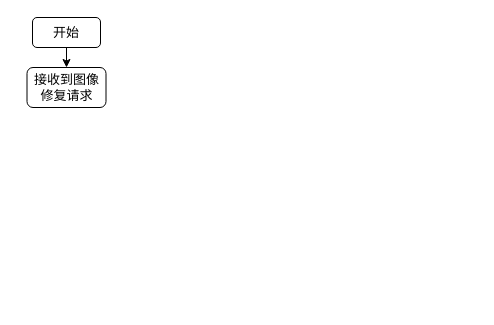
This is Java端流程.drawio from LiSoulSpace/GitBook, a draw.io file, before an edit. Source tidied: cells renumbered, new cells numbered last; positions are measured from the earlier drawing's top-left corner, leaving out a move shared by most shapes. Both pictures are drawn from the tidied source at 100%, with x=0, y=0 at pixel (26, 17).
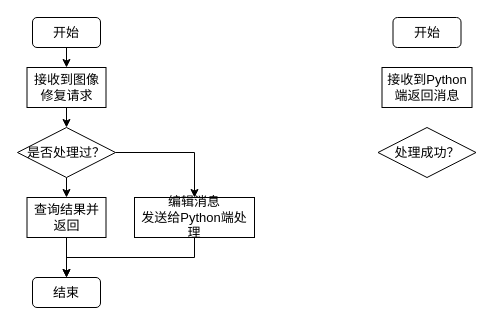
The same page after the edit.

Commit message (it also covers changes not shown here):
更新Java端流程.drawio

The edit, as a diff of the source:
```diff
@@
 <mxGraphModel>
   <root>
     <mxCell id="0" />
     <mxCell id="1" parent="0" />
     <mxCell id="2" style="edgeStyle=orthogonalEdgeStyle;rounded=0;jettySize=auto;html=1;exitX=0.5;exitY=1;exitDx=0;exitDy=0;entryX=0.5;entryY=0;entryDx=0;entryDy=0;" parent="1" edge="1" source="3" target="4">
       <mxGeometry relative="1" as="geometry" />
     </mxCell>
     <mxCell id="3" value="开始" style="rounded=1;whiteSpace=wrap;html=1;fontSize=13;fontFamily=宋体;" parent="1" vertex="1">
       <mxGeometry x="6" width="68" height="30" as="geometry" />
     </mxCell>
+    <mxCell id="5" style="edgeStyle=orthogonalEdgeStyle;rounded=0;jettySize=auto;html=1;exitX=0.5;exitY=1;exitDx=0;exitDy=0;entryX=0.5;entryY=0;entryDx=0;entryDy=0;" parent="1" edge="1" source="4" target="8">
+      <mxGeometry relative="1" as="geometry" />
+    </mxCell>
-    <mxCell id="4" value="接收到图像修复请求" style="rounded=1;whiteSpace=wrap;html=1;fontSize=13;fontFamily=宋体;" parent="1" vertex="1">
+    <mxCell id="4" value="接收到图像修复请求" style="rounded=0;whiteSpace=wrap;html=1;fontSize=13;fontFamily=宋体;" parent="1" vertex="1">
       <mxGeometry x="0.5" y="50" width="79" height="40" as="geometry" />
     </mxCell>
+    <mxCell id="6" style="edgeStyle=orthogonalEdgeStyle;rounded=0;jettySize=auto;html=1;exitX=0.5;exitY=1;exitDx=0;exitDy=0;entryX=0.5;entryY=0;entryDx=0;entryDy=0;" parent="1" edge="1" source="8" target="10">
+      <mxGeometry relative="1" as="geometry" />
+    </mxCell>
+    <mxCell id="7" style="edgeStyle=orthogonalEdgeStyle;rounded=0;jettySize=auto;html=1;exitX=1;exitY=0.5;exitDx=0;exitDy=0;entryX=0.5;entryY=0;entryDx=0;entryDy=0;" parent="1" edge="1" source="8" target="13">
+      <mxGeometry relative="1" as="geometry" />
+    </mxCell>
+    <mxCell id="8" value="是否处理过？" style="rhombus;whiteSpace=wrap;html=1;fontSize=13;fontFamily=宋体;" parent="1" vertex="1">
+      <mxGeometry x="-9" y="110" width="98" height="50" as="geometry" />
+    </mxCell>
+    <mxCell id="9" style="edgeStyle=orthogonalEdgeStyle;rounded=0;jettySize=auto;html=1;exitX=0.5;exitY=1;exitDx=0;exitDy=0;entryX=0.5;entryY=0;entryDx=0;entryDy=0;" parent="1" edge="1" source="10" target="11">
+      <mxGeometry relative="1" as="geometry" />
+    </mxCell>
+    <mxCell id="10" value="查询结果并返回" style="rounded=0;whiteSpace=wrap;html=1;fontSize=13;fontFamily=宋体;" parent="1" vertex="1">
+      <mxGeometry x="0.5" y="180" width="79" height="40" as="geometry" />
+    </mxCell>
+    <mxCell id="11" value="结束" style="rounded=1;whiteSpace=wrap;html=1;fontSize=13;fontFamily=宋体;" parent="1" vertex="1">
+      <mxGeometry x="6" y="260" width="68" height="30" as="geometry" />
+    </mxCell>
+    <mxCell id="12" style="edgeStyle=orthogonalEdgeStyle;rounded=0;jettySize=auto;html=1;exitX=0.5;exitY=1;exitDx=0;exitDy=0;entryX=0.5;entryY=0;entryDx=0;entryDy=0;" parent="1" edge="1" source="13" target="11">
+      <mxGeometry relative="1" as="geometry" />
+    </mxCell>
+    <mxCell id="13" value="编辑消息&lt;br&gt;发送给Python端处理" style="rounded=0;whiteSpace=wrap;html=1;fontSize=13;fontFamily=宋体;" parent="1" vertex="1">
+      <mxGeometry x="108" y="180" width="120" height="40" as="geometry" />
+    </mxCell>
+    <mxCell id="14" value="接收到Python端返回消息" style="rounded=0;whiteSpace=wrap;html=1;fontSize=13;fontFamily=宋体;" parent="1" vertex="1">
+      <mxGeometry x="355.5" y="50" width="90" height="40" as="geometry" />
+    </mxCell>
+    <mxCell id="15" value="开始" style="rounded=1;whiteSpace=wrap;html=1;fontSize=13;fontFamily=宋体;" parent="1" vertex="1">
+      <mxGeometry x="366.5" width="68" height="30" as="geometry" />
+    </mxCell>
+    <mxCell id="16" value="处理成功？" style="rhombus;whiteSpace=wrap;html=1;fontSize=13;fontFamily=宋体;" parent="1" vertex="1">
+      <mxGeometry x="351.5" y="110" width="98" height="50" as="geometry" />
+    </mxCell>
   </root>
 </mxGraphModel>
```
